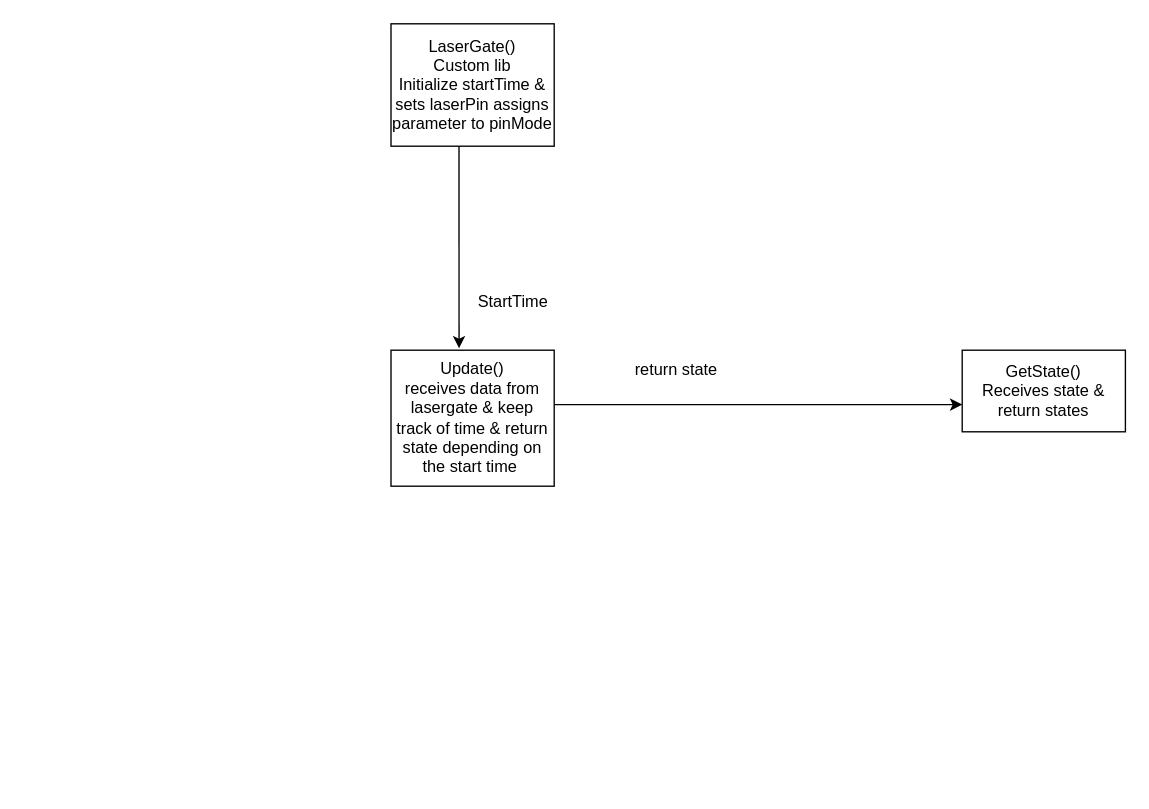
The draw.io diagram Diagrams/Lasergate.drawio in Daniel-Git-Hub/ENGG3000_T6, before the edit. Source tidied: cells renumbered, new cells numbered last; positions are measured from the earlier drawing's top-left corner, leaving out a move shared by most shapes. Both pictures are drawn from the tidied source at 136%, with x=0, y=0 at pixel (390, 23).
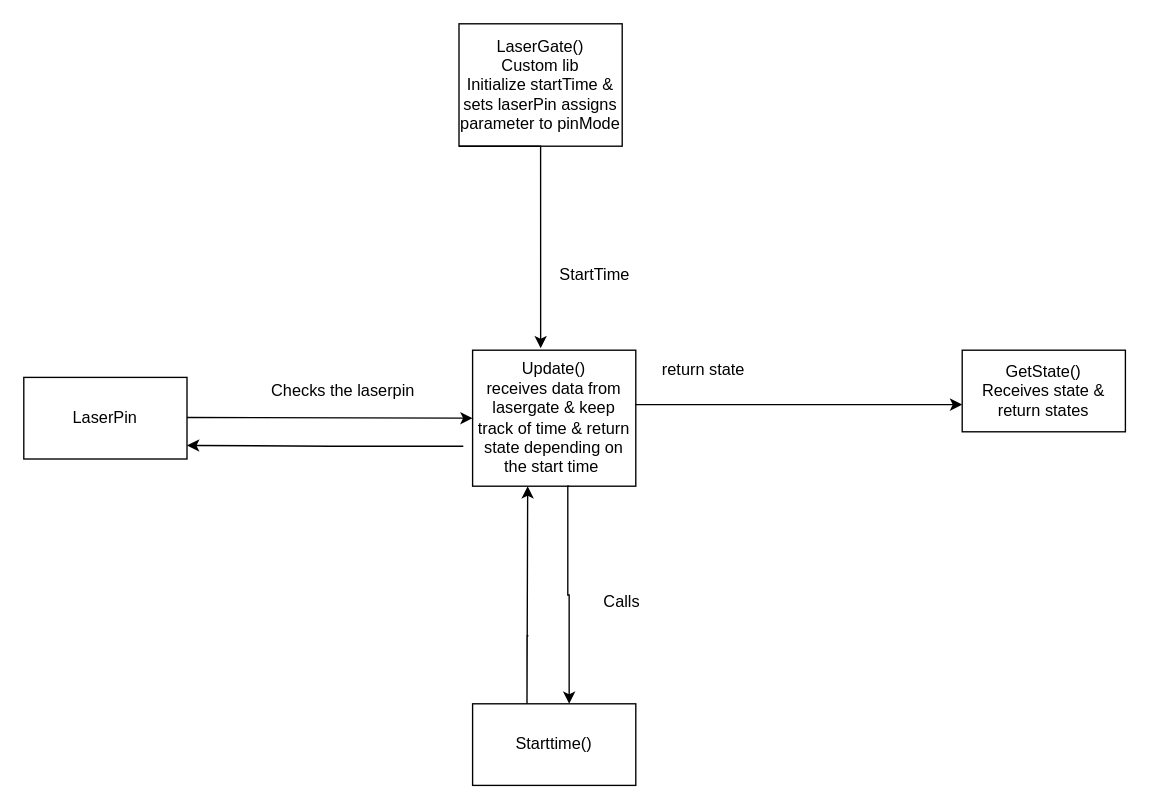
The same page after the edit.

The edit, as a diff of the source:
```diff
@@
     <mxCell id="2" value="LaserGate()&lt;br&gt;Custom lib&lt;br&gt;Initialize startTime &amp;amp; sets laserPin assigns parameter to pinMode" style="rounded=0;whiteSpace=wrap;html=1;" parent="1" vertex="1">
-      <mxGeometry width="120" height="90" as="geometry" />
+      <mxGeometry x="50" width="120" height="90" as="geometry" />
     </mxCell>
     <mxCell id="3" value="Update()&lt;br&gt;receives data from lasergate &amp;amp; keep track of time &amp;amp; return state depending on the start time&amp;nbsp;" style="rounded=0;whiteSpace=wrap;html=1;" parent="1" vertex="1">
-      <mxGeometry y="240" width="120" height="100" as="geometry" />
+      <mxGeometry x="60" y="240" width="120" height="100" as="geometry" />
     </mxCell>
@@
     <mxCell id="6" style="edgeStyle=segmentEdgeStyle;endArrow=classic;html=1;rounded=0;" parent="1" edge="1">
       <mxGeometry relative="1" as="geometry">
-        <mxPoint x="120" y="280" as="sourcePoint" />
+        <mxPoint x="180" y="280" as="sourcePoint" />
         <mxPoint x="420" y="280" as="targetPoint" />
       </mxGeometry>
     </mxCell>
     <mxCell id="7" value="StartTime" style="text;html=1;strokeColor=none;fillColor=none;align=center;verticalAlign=middle;whiteSpace=wrap;rounded=0;" parent="1" vertex="1">
-      <mxGeometry x="60" y="190" width="60" height="30" as="geometry" />
+      <mxGeometry x="120" y="170" width="60" height="30" as="geometry" />
     </mxCell>
     <mxCell id="8" value="return state" style="text;html=1;strokeColor=none;fillColor=none;align=center;verticalAlign=middle;whiteSpace=wrap;rounded=0;" parent="1" vertex="1">
-      <mxGeometry x="160" y="240" width="100" height="30" as="geometry" />
+      <mxGeometry x="180" y="240" width="100" height="30" as="geometry" />
     </mxCell>
+    <mxCell id="9" value="Starttime()" style="rounded=0;whiteSpace=wrap;html=1;" parent="1" vertex="1">
+      <mxGeometry x="60" y="500" width="120" height="60" as="geometry" />
+    </mxCell>
+    <mxCell id="10" value="Calls" style="text;html=1;strokeColor=none;fillColor=none;align=center;verticalAlign=middle;whiteSpace=wrap;rounded=0;" parent="1" vertex="1">
+      <mxGeometry x="140" y="410" width="60" height="30" as="geometry" />
+    </mxCell>
+    <mxCell id="11" style="endArrow=classic;html=1;rounded=0;edgeStyle=orthogonalEdgeStyle;" parent="1" edge="1">
+      <mxGeometry relative="1" as="geometry">
+        <mxPoint x="101" y="450" as="sourcePoint" />
+        <mxPoint x="100.5" y="340" as="targetPoint" />
+        <Array as="points">
+          <mxPoint x="100" y="500" />
+          <mxPoint x="100" y="500" />
+        </Array>
+      </mxGeometry>
+    </mxCell>
+    <mxCell id="12" style="endArrow=classic;html=1;rounded=0;edgeStyle=orthogonalEdgeStyle;" parent="1" edge="1">
+      <mxGeometry relative="1" as="geometry">
+        <mxPoint x="131" y="340" as="sourcePoint" />
+        <mxPoint x="131" y="500" as="targetPoint" />
+        <Array as="points">
+          <mxPoint x="130" y="420" />
+          <mxPoint x="131" y="420" />
+        </Array>
+      </mxGeometry>
+    </mxCell>
+    <mxCell id="13" value="LaserPin" style="rounded=0;whiteSpace=wrap;html=1;" parent="1" vertex="1">
+      <mxGeometry x="-270" y="260" width="120" height="60" as="geometry" />
+    </mxCell>
+    <mxCell id="14" style="endArrow=classic;html=1;rounded=0;edgeStyle=orthogonalEdgeStyle;entryX=0;entryY=0.5;entryDx=0;entryDy=0;" parent="1" edge="1" target="3">
+      <mxGeometry relative="1" as="geometry">
+        <mxPoint x="-150" y="289.5" as="sourcePoint" />
+      </mxGeometry>
+    </mxCell>
+    <mxCell id="15" style="endArrow=classic;html=1;rounded=0;edgeStyle=orthogonalEdgeStyle;exitX=-0.057;exitY=0.706;exitDx=0;exitDy=0;exitPerimeter=0;" parent="1" edge="1" source="3">
+      <mxGeometry relative="1" as="geometry">
+        <mxPoint x="-150" y="310" as="targetPoint" />
+      </mxGeometry>
+    </mxCell>
+    <mxCell id="16" value="Checks the laserpin" style="text;html=1;strokeColor=none;fillColor=none;align=center;verticalAlign=middle;whiteSpace=wrap;rounded=0;" parent="1" vertex="1">
+      <mxGeometry x="-90" y="255" width="110" height="30" as="geometry" />
+    </mxCell>
```
